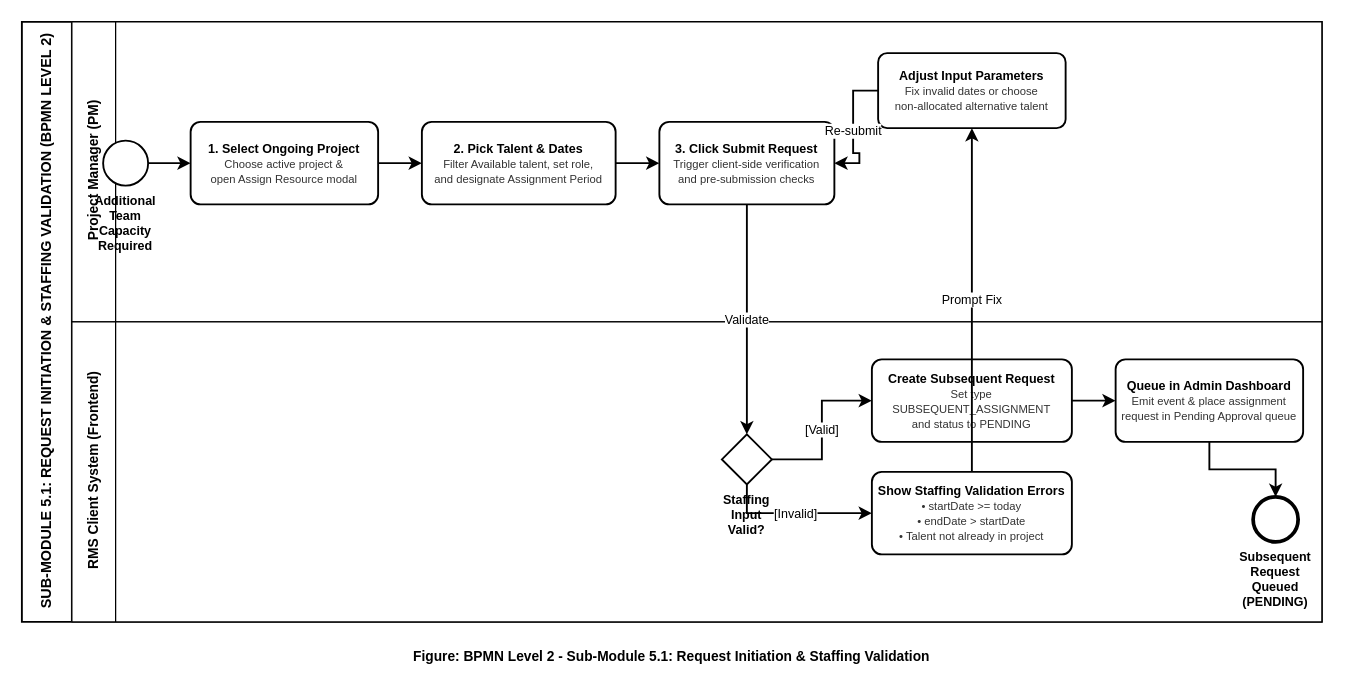
Before: BPMN_Level_2_Process_5_1_Request_Initiation_Validation.drawio in NaufalYogaPratama/bpmn-resource-management, a draw.io diagram. Source tidied: cells renumbered, new cells numbered last; positions are measured from the earlier drawing's top-left corner, leaving out a move shared by most shapes. Both pictures are drawn from the tidied source at 125%, with x=0, y=0 at pixel (21, 21).
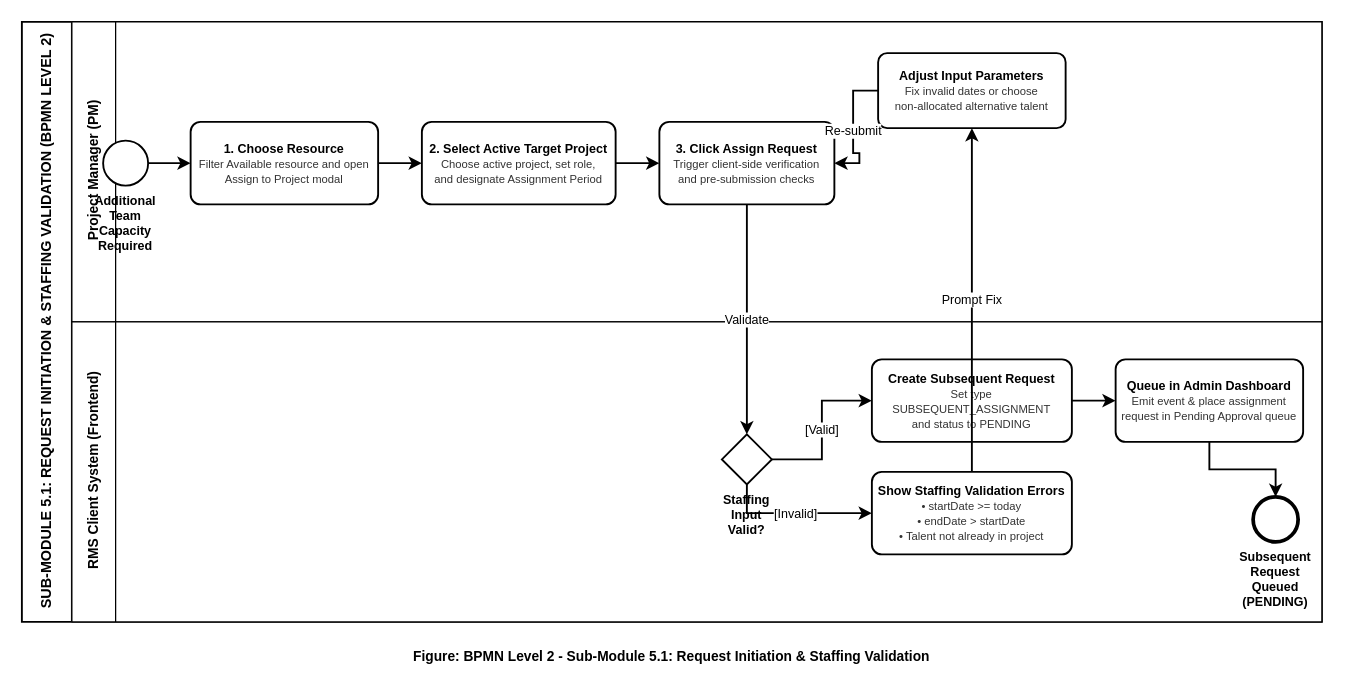
Above is the later version.

Commit message:
fix(bpmn): align Sub-Module 5.1 task sequence with actual Resources page UI flow (pick resource first, then project)

The change refers to these unchanged cells:
```xml
<mxCell id="3" value="Project Manager (PM)" style="swimlane;html=1;horizontal=0;startSize=35;swimlaneFillColor=#FFFFFF;fillColor=#FFFFFF;strokeColor=#000000;strokeWidth=1;fontFamily=Arial;fontSize=11;fontStyle=1;align=center;fontColor=#000000;" parent="2" vertex="1">
  <mxGeometry x="40" width="1000" height="240" as="geometry" />
</mxCell>
```

The edit, as a diff of the source:
```diff
@@
-    <mxCell id="6" value="&lt;b&gt;1. Select Ongoing Project&lt;/b&gt;&lt;br/&gt;&lt;span style=&quot;font-size:9px;color:#333;&quot;&gt;Choose active project &amp;amp;&lt;br/&gt;open Assign Resource modal&lt;/span&gt;" style="rounded=1;whiteSpace=wrap;html=1;arcSize=12;fillColor=#FFFFFF;strokeColor=#000000;strokeWidth=1.5;fontFamily=Arial;fontSize=10;fontColor=#000000;align=center;verticalAlign=middle;shadow=0;spacing=3;" parent="3" vertex="1">
+    <mxCell id="6" value="&lt;b&gt;1. Choose Resource&lt;/b&gt;&lt;br/&gt;&lt;span style=&quot;font-size:9px;color:#333;&quot;&gt;Filter Available resource and open&lt;br/&gt;Assign to Project modal&lt;/span&gt;" style="rounded=1;whiteSpace=wrap;html=1;arcSize=12;fillColor=#FFFFFF;strokeColor=#000000;strokeWidth=1.5;fontFamily=Arial;fontSize=10;fontColor=#000000;align=center;verticalAlign=middle;shadow=0;spacing=3;" parent="3" vertex="1">
       <mxGeometry x="95" y="80" width="150" height="66" as="geometry" />
     </mxCell>
-    <mxCell id="7" value="&lt;b&gt;2. Pick Talent &amp;amp; Dates&lt;/b&gt;&lt;br/&gt;&lt;span style=&quot;font-size:9px;color:#333;&quot;&gt;Filter Available talent, set role,&lt;br/&gt;and designate Assignment Period&lt;/span&gt;" style="rounded=1;whiteSpace=wrap;html=1;arcSize=12;fillColor=#FFFFFF;strokeColor=#000000;strokeWidth=1.5;fontFamily=Arial;fontSize=10;fontColor=#000000;align=center;verticalAlign=middle;shadow=0;spacing=3;" parent="3" vertex="1">
+    <mxCell id="7" value="&lt;b&gt;2. Select Active Target Project&lt;/b&gt;&lt;br/&gt;&lt;span style=&quot;font-size:9px;color:#333;&quot;&gt;Choose active project, set role,&lt;br/&gt;and designate Assignment Period&lt;/span&gt;" style="rounded=1;whiteSpace=wrap;html=1;arcSize=12;fillColor=#FFFFFF;strokeColor=#000000;strokeWidth=1.5;fontFamily=Arial;fontSize=10;fontColor=#000000;align=center;verticalAlign=middle;shadow=0;spacing=3;" parent="3" vertex="1">
       <mxGeometry x="280" y="80" width="155" height="66" as="geometry" />
     </mxCell>
-    <mxCell id="8" value="&lt;b&gt;3. Click Submit Request&lt;/b&gt;&lt;br/&gt;&lt;span style=&quot;font-size:9px;color:#333;&quot;&gt;Trigger client-side verification&lt;br/&gt;and pre-submission checks&lt;/span&gt;" style="rounded=1;whiteSpace=wrap;html=1;arcSize=12;fillColor=#FFFFFF;strokeColor=#000000;strokeWidth=1.5;fontFamily=Arial;fontSize=10;fontColor=#000000;align=center;verticalAlign=middle;shadow=0;spacing=3;" parent="3" vertex="1">
+    <mxCell id="8" value="&lt;b&gt;3. Click Assign Request&lt;/b&gt;&lt;br/&gt;&lt;span style=&quot;font-size:9px;color:#333;&quot;&gt;Trigger client-side verification&lt;br/&gt;and pre-submission checks&lt;/span&gt;" style="rounded=1;whiteSpace=wrap;html=1;arcSize=12;fillColor=#FFFFFF;strokeColor=#000000;strokeWidth=1.5;fontFamily=Arial;fontSize=10;fontColor=#000000;align=center;verticalAlign=middle;shadow=0;spacing=3;" parent="3" vertex="1">
       <mxGeometry x="470" y="80" width="140" height="66" as="geometry" />
     </mxCell>
```
